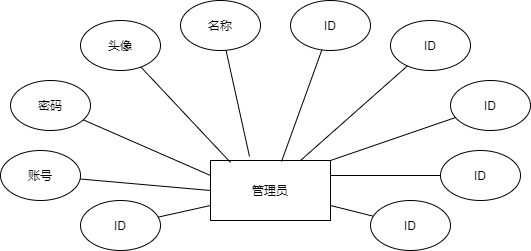
Above: 管理员实体E-R图.png in deepinsea/draw (draw.io), before the change. Source tidied: cells renumbered, new cells last; positions are measured from the earlier drawing's top-left corner, leaving out a move shared by most shapes.
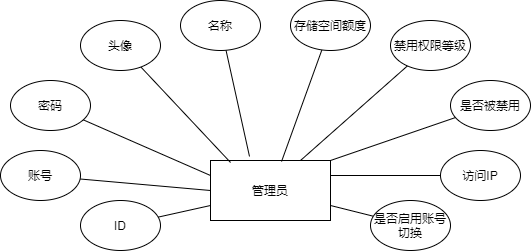
After the change.

Commit message:
更新管理员实体E-R图.png

What changed in the source:
```diff
@@ -38,31 +38,31 @@
     <mxCell id="13" style="edgeStyle=none;rounded=0;jettySize=auto;html=1;entryX=0.592;entryY=0.017;entryDx=0;entryDy=0;entryPerimeter=0;endArrow=none;endFill=0;" parent="1" edge="1" source="14" target="2">
       <mxGeometry relative="1" as="geometry" />
     </mxCell>
-    <mxCell id="14" value="ID" style="ellipse;whiteSpace=wrap;html=1;" parent="1" vertex="1">
+    <mxCell id="14" value="存储空间额度" style="ellipse;whiteSpace=wrap;html=1;" parent="1" vertex="1">
       <mxGeometry x="290" width="80" height="50" as="geometry" />
     </mxCell>
     <mxCell id="15" style="edgeStyle=none;rounded=0;jettySize=auto;html=1;entryX=0.75;entryY=0;entryDx=0;entryDy=0;endArrow=none;endFill=0;" parent="1" edge="1" source="16" target="2">
       <mxGeometry relative="1" as="geometry" />
     </mxCell>
-    <mxCell id="16" value="ID" style="ellipse;whiteSpace=wrap;html=1;" parent="1" vertex="1">
+    <mxCell id="16" value="禁用权限等级" style="ellipse;whiteSpace=wrap;html=1;" parent="1" vertex="1">
       <mxGeometry x="390" y="20" width="80" height="50" as="geometry" />
     </mxCell>
     <mxCell id="17" style="edgeStyle=none;rounded=0;jettySize=auto;html=1;entryX=1;entryY=0;entryDx=0;entryDy=0;endArrow=none;endFill=0;" parent="1" edge="1" source="18" target="2">
       <mxGeometry relative="1" as="geometry" />
     </mxCell>
-    <mxCell id="18" value="ID" style="ellipse;whiteSpace=wrap;html=1;" parent="1" vertex="1">
+    <mxCell id="18" value="是否被禁用" style="ellipse;whiteSpace=wrap;html=1;" parent="1" vertex="1">
       <mxGeometry x="450" y="80" width="80" height="50" as="geometry" />
     </mxCell>
     <mxCell id="19" style="edgeStyle=none;rounded=0;jettySize=auto;html=1;entryX=1;entryY=0.25;entryDx=0;entryDy=0;endArrow=none;endFill=0;" parent="1" edge="1" source="20" target="2">
       <mxGeometry relative="1" as="geometry" />
     </mxCell>
-    <mxCell id="20" value="ID" style="ellipse;whiteSpace=wrap;html=1;" parent="1" vertex="1">
+    <mxCell id="20" value="访问IP" style="ellipse;whiteSpace=wrap;html=1;" parent="1" vertex="1">
       <mxGeometry x="440" y="150" width="80" height="50" as="geometry" />
     </mxCell>
     <mxCell id="21" style="edgeStyle=none;rounded=0;jettySize=auto;html=1;entryX=1;entryY=0.75;entryDx=0;entryDy=0;endArrow=none;endFill=0;" parent="1" edge="1" source="22" target="2">
       <mxGeometry relative="1" as="geometry" />
     </mxCell>
-    <mxCell id="22" value="ID" style="ellipse;whiteSpace=wrap;html=1;" parent="1" vertex="1">
+    <mxCell id="22" value="是否启用账号切换" style="ellipse;whiteSpace=wrap;html=1;" parent="1" vertex="1">
       <mxGeometry x="370" y="200" width="80" height="50" as="geometry" />
     </mxCell>
   </root>
```
